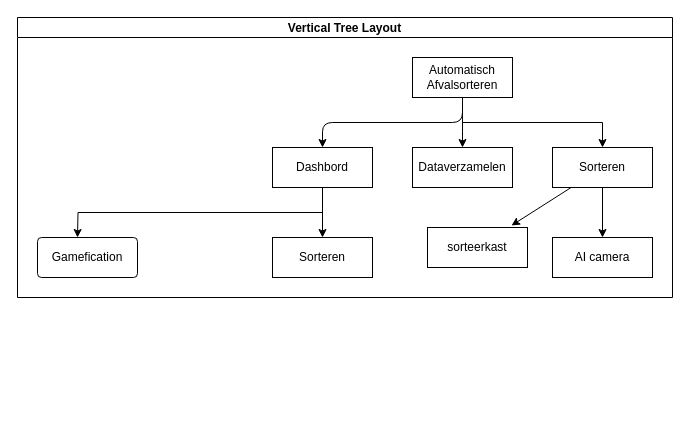
The draw.io diagram Diagram zonder titel.drawio in RA1035813/Skill, before the edit. Source tidied: cells renumbered, new cells numbered last; positions are measured from the earlier drawing's top-left corner, leaving out a move shared by most shapes. Both pictures are drawn from the tidied source at 100%, with x=0, y=0 at pixel (17, 17).
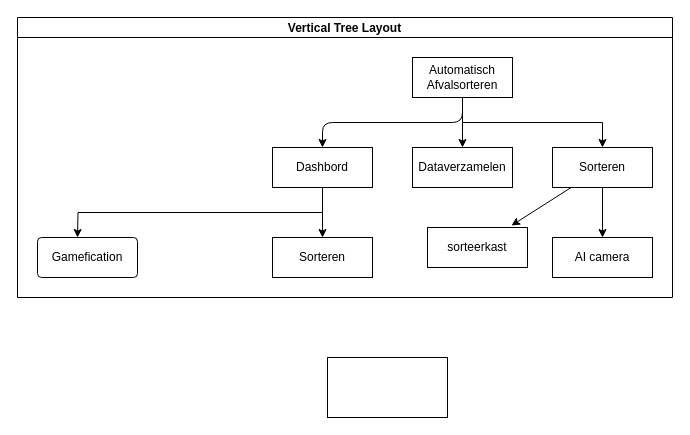
Above is the later version.

Change to the diagram source:
```diff
@@
 <mxGraphModel>
   <root>
     <mxCell id="0" />
     <mxCell id="1" parent="0" />
     <mxCell id="2" value="Vertical Tree Layout" style="swimlane;startSize=20;horizontal=1;horizontalTree=0;sortEdges=1;containerType=tree;fontSize=12;" parent="1" vertex="1">
       <mxGeometry width="655" height="280" as="geometry" />
     </mxCell>
     <mxCell id="3" style="edgeStyle=orthogonalEdgeStyle;rounded=0;jettySize=auto;html=1;exitX=0.5;exitY=1;exitDx=0;exitDy=0;" parent="2" edge="1" source="4" target="12">
       <mxGeometry relative="1" as="geometry" />
     </mxCell>
     <mxCell id="4" value="Automatisch Afvalsorteren" style="whiteSpace=wrap;html=1;" parent="2" vertex="1">
       <mxGeometry x="395" y="40" width="100" height="40" as="geometry" />
     </mxCell>
     <mxCell id="5" value="Dashbord" style="whiteSpace=wrap;html=1;" parent="2" vertex="1">
       <mxGeometry x="255" y="130" width="100" height="40" as="geometry" />
     </mxCell>
     <mxCell id="6" style="edgeStyle=elbowEdgeStyle;elbow=vertical;html=1;rounded=1;curved=0;sourcePerimeterSpacing=0;targetPerimeterSpacing=0;startSize=6;endSize=6;" parent="2" edge="1" source="4" target="5">
       <mxGeometry relative="1" as="geometry" />
     </mxCell>
     <mxCell id="7" value="Dataverzamelen" style="whiteSpace=wrap;html=1;" parent="2" vertex="1">
       <mxGeometry x="395" y="130" width="100" height="40" as="geometry" />
     </mxCell>
     <mxCell id="8" style="edgeStyle=elbowEdgeStyle;elbow=vertical;html=1;rounded=1;curved=0;sourcePerimeterSpacing=0;targetPerimeterSpacing=0;startSize=6;endSize=6;" parent="2" edge="1" source="4" target="7">
       <mxGeometry relative="1" as="geometry" />
     </mxCell>
     <mxCell id="9" value="Gamefication" style="rounded=1;arcSize=10;whiteSpace=wrap;html=1;align=center;" parent="2" vertex="1">
       <mxGeometry x="20" y="220" width="100" height="40" as="geometry" />
     </mxCell>
     <mxCell id="10" style="edgeStyle=orthogonalEdgeStyle;rounded=0;jettySize=auto;html=1;exitX=0.5;exitY=1;exitDx=0;exitDy=0;" parent="2" edge="1" source="5">
       <mxGeometry relative="1" as="geometry">
         <mxPoint x="60" y="220" as="targetPoint" />
       </mxGeometry>
     </mxCell>
     <mxCell id="11" style="edgeStyle=orthogonalEdgeStyle;rounded=0;jettySize=auto;html=1;exitX=0.5;exitY=1;exitDx=0;exitDy=0;entryX=0.5;entryY=0;entryDx=0;entryDy=0;" parent="2" edge="1" source="12" target="13">
       <mxGeometry relative="1" as="geometry" />
     </mxCell>
     <mxCell id="12" value="Sorteren" style="whiteSpace=wrap;html=1;align=center;" parent="2" vertex="1">
       <mxGeometry x="535" y="130" width="100" height="40" as="geometry" />
     </mxCell>
     <mxCell id="13" value="AI camera" style="whiteSpace=wrap;html=1;align=center;" parent="2" vertex="1">
       <mxGeometry x="535" y="220" width="100" height="40" as="geometry" />
     </mxCell>
     <mxCell id="14" style="endArrow=classic;html=1;rounded=0;" parent="2" edge="1" source="5" target="15">
       <mxGeometry relative="1" as="geometry" />
     </mxCell>
     <mxCell id="15" value="Sorteren" style="whiteSpace=wrap;html=1;align=center;" parent="2" vertex="1">
       <mxGeometry x="255" y="220" width="100" height="40" as="geometry" />
     </mxCell>
     <mxCell id="16" value="sorteerkast" style="whiteSpace=wrap;html=1;align=center;" parent="2" vertex="1">
       <mxGeometry x="410" y="210" width="100" height="40" as="geometry" />
     </mxCell>
     <mxCell id="17" style="endArrow=classic;html=1;rounded=0;entryX=0.84;entryY=-0.05;entryDx=0;entryDy=0;entryPerimeter=0;" parent="2" edge="1" source="12" target="16">
       <mxGeometry relative="1" as="geometry" />
     </mxCell>
+    <mxCell id="18" style="rounded=0;whiteSpace=wrap;html=1;" parent="1" vertex="1">
+      <mxGeometry x="310" y="340" width="120" height="60" as="geometry" />
+    </mxCell>
   </root>
 </mxGraphModel>
```
